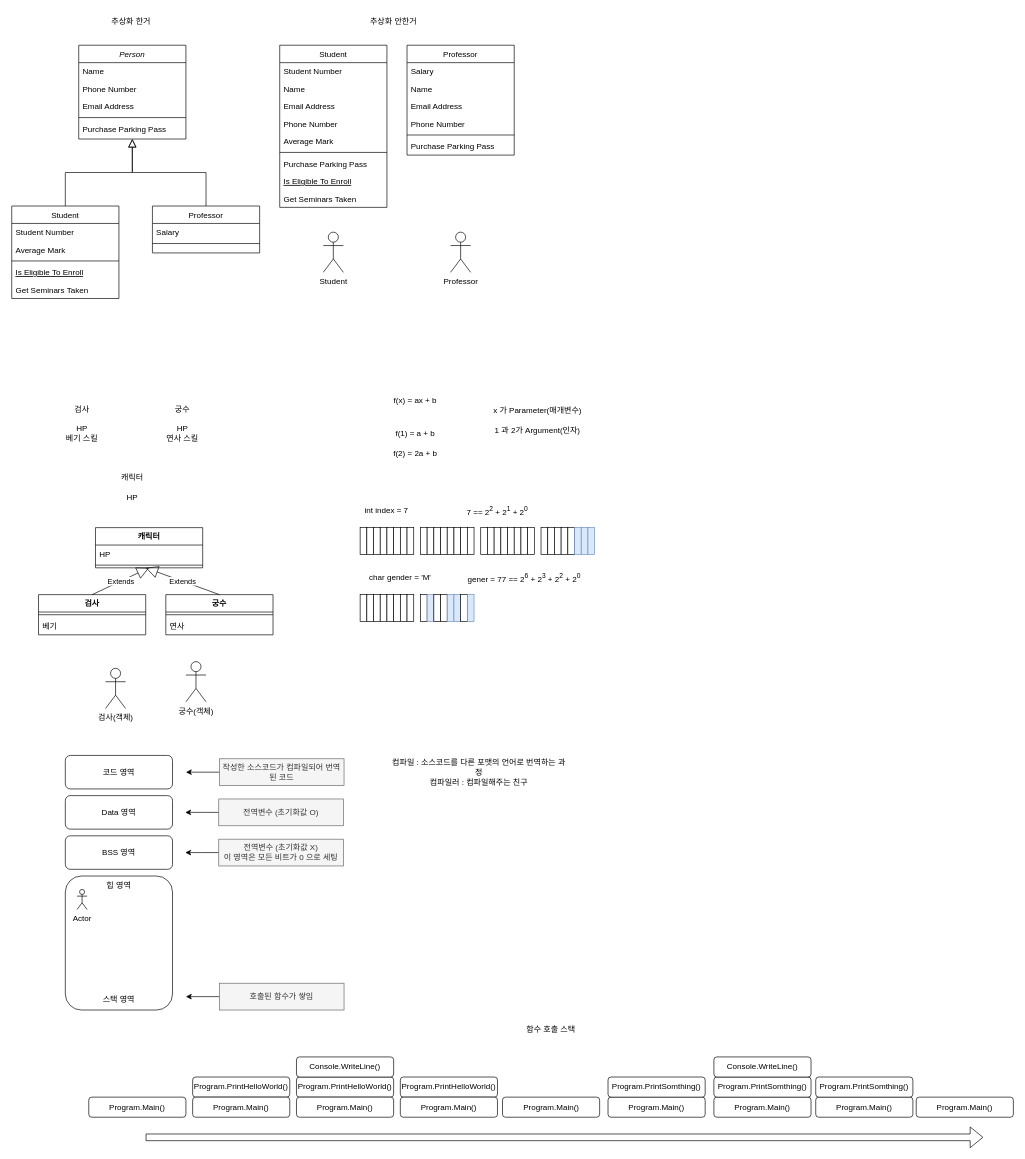
luke-youngmin-cho/UnityEngineBasic_6th keeps this draw.io diagram as CSharp/CSharpBasic.drawio. Above is the earlier version. Source tidied: cells renumbered, new cells numbered last; positions are measured from the earlier drawing's top-left corner, leaving out a move shared by most shapes. Both pictures are drawn from the tidied source at 67%, with x=0, y=0 at pixel (11, 11).
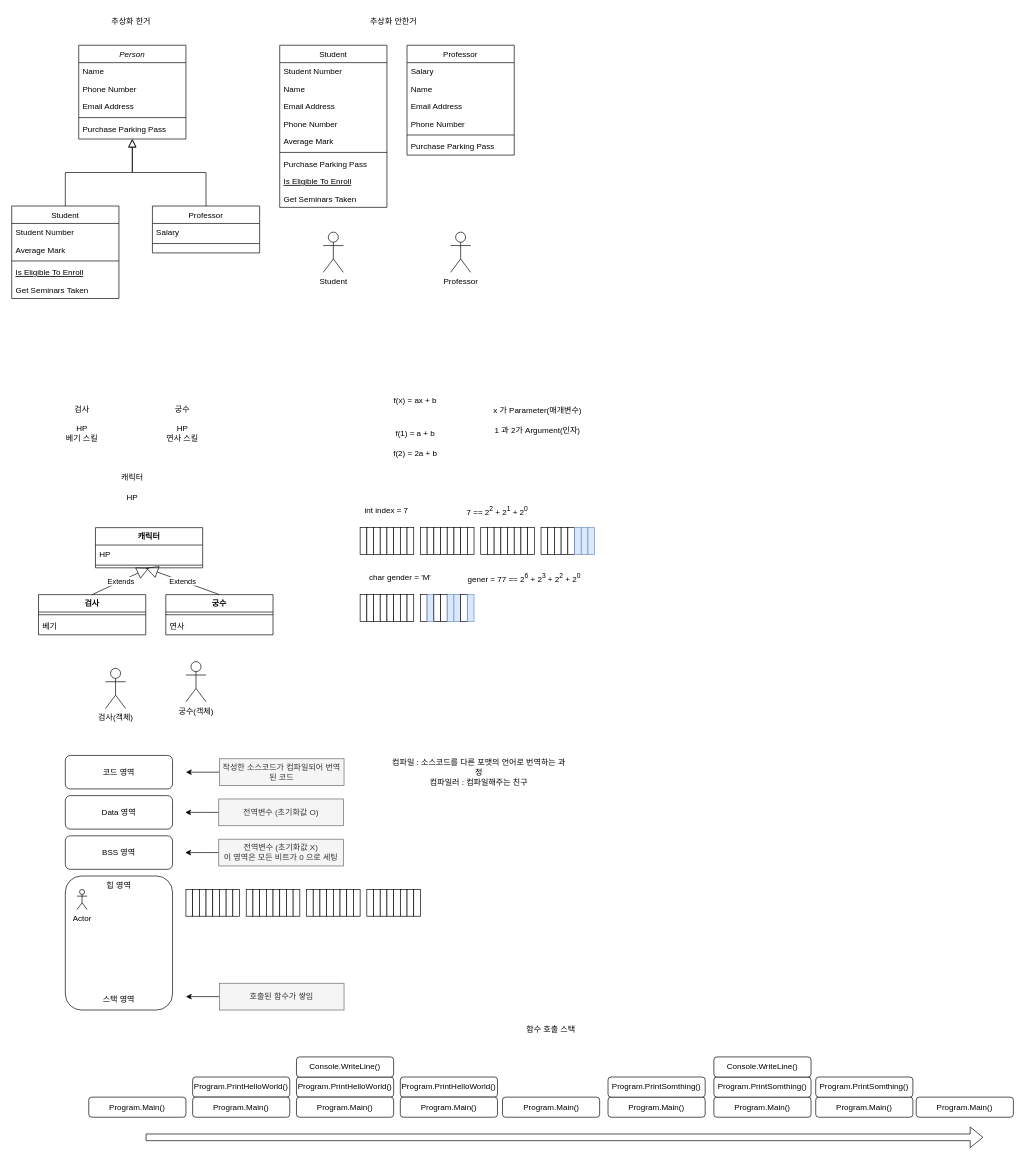
The same diagram, later.

What changed in the source:
```diff
@@
+    <mxCell id="147" style="rounded=0;whiteSpace=wrap;html=1;" parent="1" vertex="1">
+      <mxGeometry x="260" y="1310" width="10" height="40" as="geometry" />
+    </mxCell>
+    <mxCell id="148" style="rounded=0;whiteSpace=wrap;html=1;" parent="1" vertex="1">
+      <mxGeometry x="270" y="1310" width="10" height="40" as="geometry" />
+    </mxCell>
+    <mxCell id="149" style="rounded=0;whiteSpace=wrap;html=1;" parent="1" vertex="1">
+      <mxGeometry x="280" y="1310" width="10" height="40" as="geometry" />
+    </mxCell>
+    <mxCell id="150" style="rounded=0;whiteSpace=wrap;html=1;" parent="1" vertex="1">
+      <mxGeometry x="290" y="1310" width="10" height="40" as="geometry" />
+    </mxCell>
+    <mxCell id="151" style="rounded=0;whiteSpace=wrap;html=1;" parent="1" vertex="1">
+      <mxGeometry x="300" y="1310" width="10" height="40" as="geometry" />
+    </mxCell>
+    <mxCell id="152" style="rounded=0;whiteSpace=wrap;html=1;" parent="1" vertex="1">
+      <mxGeometry x="310" y="1310" width="10" height="40" as="geometry" />
+    </mxCell>
+    <mxCell id="153" style="rounded=0;whiteSpace=wrap;html=1;" parent="1" vertex="1">
+      <mxGeometry x="320" y="1310" width="10" height="40" as="geometry" />
+    </mxCell>
+    <mxCell id="154" style="rounded=0;whiteSpace=wrap;html=1;" parent="1" vertex="1">
+      <mxGeometry x="330" y="1310" width="10" height="40" as="geometry" />
+    </mxCell>
+    <mxCell id="155" style="rounded=0;whiteSpace=wrap;html=1;" parent="1" vertex="1">
+      <mxGeometry x="350" y="1310" width="10" height="40" as="geometry" />
+    </mxCell>
+    <mxCell id="156" style="rounded=0;whiteSpace=wrap;html=1;" parent="1" vertex="1">
+      <mxGeometry x="360" y="1310" width="10" height="40" as="geometry" />
+    </mxCell>
+    <mxCell id="157" style="rounded=0;whiteSpace=wrap;html=1;" parent="1" vertex="1">
+      <mxGeometry x="370" y="1310" width="10" height="40" as="geometry" />
+    </mxCell>
+    <mxCell id="158" style="rounded=0;whiteSpace=wrap;html=1;" parent="1" vertex="1">
+      <mxGeometry x="380" y="1310" width="10" height="40" as="geometry" />
+    </mxCell>
+    <mxCell id="159" style="rounded=0;whiteSpace=wrap;html=1;" parent="1" vertex="1">
+      <mxGeometry x="390" y="1310" width="10" height="40" as="geometry" />
+    </mxCell>
+    <mxCell id="160" style="rounded=0;whiteSpace=wrap;html=1;" parent="1" vertex="1">
+      <mxGeometry x="400" y="1310" width="10" height="40" as="geometry" />
+    </mxCell>
+    <mxCell id="161" style="rounded=0;whiteSpace=wrap;html=1;" parent="1" vertex="1">
+      <mxGeometry x="410" y="1310" width="10" height="40" as="geometry" />
+    </mxCell>
+    <mxCell id="162" style="rounded=0;whiteSpace=wrap;html=1;" parent="1" vertex="1">
+      <mxGeometry x="420" y="1310" width="10" height="40" as="geometry" />
+    </mxCell>
+    <mxCell id="163" style="rounded=0;whiteSpace=wrap;html=1;" parent="1" vertex="1">
+      <mxGeometry x="440" y="1310" width="10" height="40" as="geometry" />
+    </mxCell>
+    <mxCell id="164" style="rounded=0;whiteSpace=wrap;html=1;" parent="1" vertex="1">
+      <mxGeometry x="450" y="1310" width="10" height="40" as="geometry" />
+    </mxCell>
+    <mxCell id="165" style="rounded=0;whiteSpace=wrap;html=1;" parent="1" vertex="1">
+      <mxGeometry x="460" y="1310" width="10" height="40" as="geometry" />
+    </mxCell>
+    <mxCell id="166" style="rounded=0;whiteSpace=wrap;html=1;" parent="1" vertex="1">
+      <mxGeometry x="470" y="1310" width="10" height="40" as="geometry" />
+    </mxCell>
+    <mxCell id="167" style="rounded=0;whiteSpace=wrap;html=1;" parent="1" vertex="1">
+      <mxGeometry x="480" y="1310" width="10" height="40" as="geometry" />
+    </mxCell>
+    <mxCell id="168" style="rounded=0;whiteSpace=wrap;html=1;" parent="1" vertex="1">
+      <mxGeometry x="490" y="1310" width="10" height="40" as="geometry" />
+    </mxCell>
+    <mxCell id="169" style="rounded=0;whiteSpace=wrap;html=1;" parent="1" vertex="1">
+      <mxGeometry x="500" y="1310" width="10" height="40" as="geometry" />
+    </mxCell>
+    <mxCell id="170" style="rounded=0;whiteSpace=wrap;html=1;" parent="1" vertex="1">
+      <mxGeometry x="510" y="1310" width="10" height="40" as="geometry" />
+    </mxCell>
+    <mxCell id="171" style="rounded=0;whiteSpace=wrap;html=1;" parent="1" vertex="1">
+      <mxGeometry x="530" y="1310" width="10" height="40" as="geometry" />
+    </mxCell>
+    <mxCell id="172" style="rounded=0;whiteSpace=wrap;html=1;" parent="1" vertex="1">
+      <mxGeometry x="540" y="1310" width="10" height="40" as="geometry" />
+    </mxCell>
+    <mxCell id="173" style="rounded=0;whiteSpace=wrap;html=1;" parent="1" vertex="1">
+      <mxGeometry x="550" y="1310" width="10" height="40" as="geometry" />
+    </mxCell>
+    <mxCell id="174" style="rounded=0;whiteSpace=wrap;html=1;" parent="1" vertex="1">
+      <mxGeometry x="560" y="1310" width="10" height="40" as="geometry" />
+    </mxCell>
+    <mxCell id="175" style="rounded=0;whiteSpace=wrap;html=1;" parent="1" vertex="1">
+      <mxGeometry x="570" y="1310" width="10" height="40" as="geometry" />
+    </mxCell>
+    <mxCell id="176" style="rounded=0;whiteSpace=wrap;html=1;" parent="1" vertex="1">
+      <mxGeometry x="580" y="1310" width="10" height="40" as="geometry" />
+    </mxCell>
+    <mxCell id="177" style="rounded=0;whiteSpace=wrap;html=1;" parent="1" vertex="1">
+      <mxGeometry x="590" y="1310" width="10" height="40" as="geometry" />
+    </mxCell>
+    <mxCell id="178" style="rounded=0;whiteSpace=wrap;html=1;" parent="1" vertex="1">
+      <mxGeometry x="600" y="1310" width="10" height="40" as="geometry" />
+    </mxCell>
```
